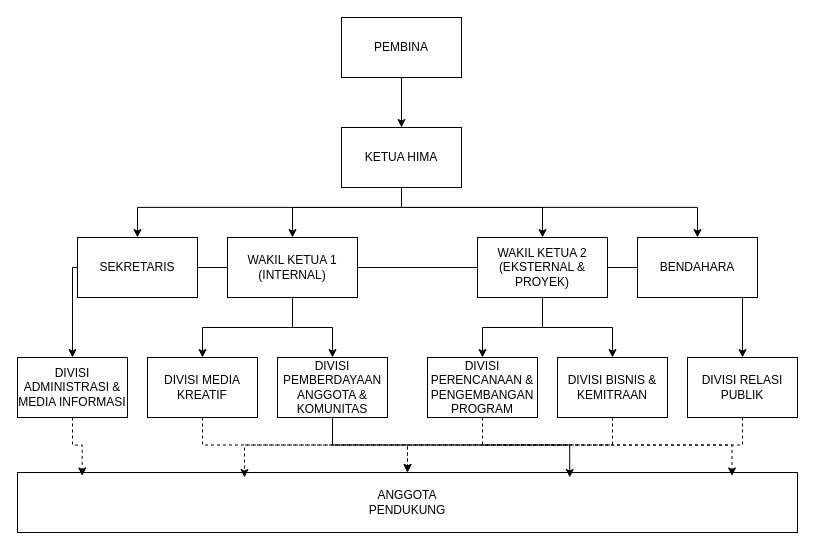
This is page "STRUKTUR ORGANISASI" (3 of 3) of focus-tree.drawio from himsisfo-unsia/masterplan-2026-2027, a draw.io file, before an edit. Source tidied: cells renumbered, new cells numbered last; positions are measured from the earlier drawing's top-left corner, leaving out a move shared by most shapes. Both pictures are drawn from the tidied source at 100%, with x=0, y=0 at pixel (17, 17).
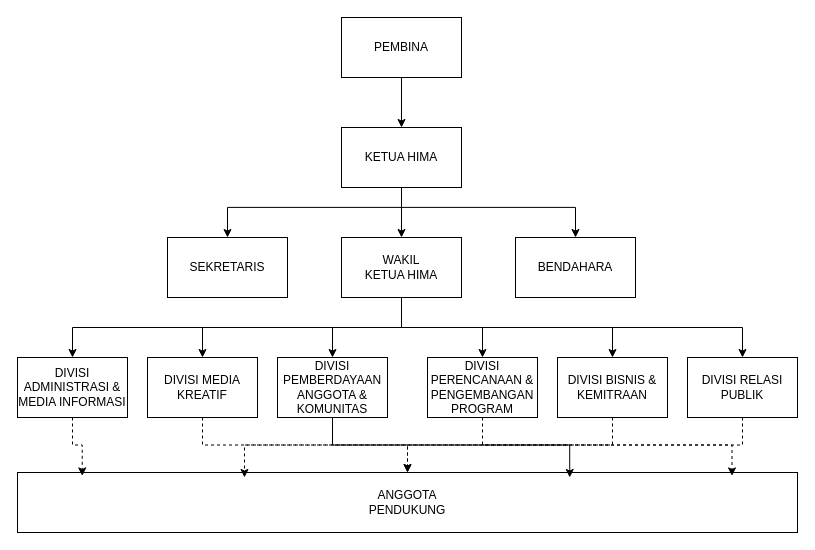
The same page after the edit.

Commit message (it also covers changes not shown here):
refactor(structure): sederhanakan susunan pimpinan menjadi 1 wakil ketua

- Sesuaikan struktur pimpinan menjadi Ketua, 1 Wakil Ketua, Sekretaris, dan Bendahara
- Wakil Ketua tunggal mengoordinasikan seluruh 6 divisi operasional (AMI, MK, P3, PAK, BK, RP)
- Perbarui diagram arsitektur Mermaid di structure-and-role.md
- Perbarui diagram STRUKTUR ORGANISASI pada focus-tree.drawio (hapus Wakil 2, hubungkan 1 Wakil ke 6 divisi)

The change refers to these unchanged cells:
```xml
<mxCell id="5" value="KETUA HIMA" style="rounded=0;whiteSpace=wrap;html=1;" parent="1" vertex="1">
  <mxGeometry x="324" y="110" width="120" height="60" as="geometry" />
</mxCell>
<mxCell id="15" value="DIVISI PERENCANAAN &amp;amp; PENGEMBANGAN PROGRAM" style="rounded=0;whiteSpace=wrap;html=1;" parent="1" vertex="1">
  <mxGeometry x="410" y="340" width="110" height="60" as="geometry" />
</mxCell>
<mxCell id="17" value="DIVISI MEDIA KREATIF" style="rounded=0;whiteSpace=wrap;html=1;" parent="1" vertex="1">
  <mxGeometry x="130" y="340" width="110" height="60" as="geometry" />
</mxCell>
<mxCell id="18" value="DIVISI ADMINISTRASI &amp;amp; MEDIA INFORMASI" style="rounded=0;whiteSpace=wrap;html=1;" parent="1" vertex="1">
  <mxGeometry y="340" width="110" height="60" as="geometry" />
</mxCell>
<mxCell id="19" value="DIVISI PEMBERDAYAAN ANGGOTA &amp;amp; KOMUNITAS" style="rounded=0;whiteSpace=wrap;html=1;" parent="1" vertex="1">
  <mxGeometry x="260" y="340" width="110" height="60" as="geometry" />
</mxCell>
<mxCell id="23" value="DIVISI RELASI PUBLIK" style="rounded=0;whiteSpace=wrap;html=1;" parent="1" vertex="1">
  <mxGeometry x="670" y="340" width="110" height="60" as="geometry" />
</mxCell>
<mxCell id="30" value="DIVISI BISNIS &amp;amp; KEMITRAAN" style="rounded=0;whiteSpace=wrap;html=1;" parent="1" vertex="1">
  <mxGeometry x="540" y="340" width="110" height="60" as="geometry" />
</mxCell>
```

What changed in the source:
```diff
@@
     <mxCell id="2" style="edgeStyle=orthogonalEdgeStyle;rounded=0;jettySize=auto;html=1;entryX=0.5;entryY=0;entryDx=0;entryDy=0;" parent="1" edge="1" source="5" target="13">
       <mxGeometry relative="1" as="geometry">
         <Array as="points">
           <mxPoint x="384" y="189.9" />
-          <mxPoint x="120" y="189.9" />
+          <mxPoint x="210" y="189.9" />
         </Array>
       </mxGeometry>
     </mxCell>
     <mxCell id="3" style="edgeStyle=orthogonalEdgeStyle;rounded=0;jettySize=auto;html=1;" parent="1" edge="1" source="5" target="14">
       <mxGeometry relative="1" as="geometry">
         <Array as="points">
           <mxPoint x="384" y="189.9" />
-          <mxPoint x="680" y="189.9" />
+          <mxPoint x="558" y="189.9" />
         </Array>
       </mxGeometry>
     </mxCell>
     <mxCell id="4" style="edgeStyle=orthogonalEdgeStyle;rounded=0;jettySize=auto;html=1;entryX=0.5;entryY=0;entryDx=0;entryDy=0;" parent="1" edge="1" source="5" target="12">
-      <mxGeometry relative="1" as="geometry">
-        <Array as="points">
-          <mxPoint x="384" y="190" />
-          <mxPoint x="275" y="190" />
-        </Array>
-      </mxGeometry>
+      <mxGeometry relative="1" as="geometry" />
     </mxCell>
@@
     <mxCell id="6" style="edgeStyle=orthogonalEdgeStyle;rounded=0;jettySize=auto;html=1;entryX=0.5;entryY=0;entryDx=0;entryDy=0;" parent="1" edge="1" source="12" target="17">
-      <mxGeometry relative="1" as="geometry" />
+      <mxGeometry relative="1" as="geometry">
+        <Array as="points">
+          <mxPoint x="384" y="310" />
+          <mxPoint x="185" y="310" />
+        </Array>
+      </mxGeometry>
     </mxCell>
-    <mxCell id="7" style="edgeStyle=orthogonalEdgeStyle;rounded=0;jettySize=auto;html=1;entryX=0.5;entryY=0;entryDx=0;entryDy=0;" parent="1" edge="1" source="28" target="23">
-      <mxGeometry relative="1" as="geometry" />
+    <mxCell id="7" style="edgeStyle=orthogonalEdgeStyle;rounded=0;jettySize=auto;html=1;entryX=0.5;entryY=0;entryDx=0;entryDy=0;" parent="1" edge="1" source="12" target="23">
+      <mxGeometry relative="1" as="geometry">
+        <Array as="points">
+          <mxPoint x="384" y="310" />
+          <mxPoint x="725" y="310" />
+        </Array>
+      </mxGeometry>
     </mxCell>
-    <mxCell id="8" style="edgeStyle=orthogonalEdgeStyle;rounded=0;jettySize=auto;html=1;" parent="1" edge="1" source="12" target="18">
-      <mxGeometry relative="1" as="geometry" />
+    <mxCell id="8" style="edgeStyle=orthogonalEdgeStyle;rounded=0;jettySize=auto;html=1;entryX=0.5;entryY=0;entryDx=0;entryDy=0;" parent="1" edge="1" source="12" target="18">
+      <mxGeometry relative="1" as="geometry">
+        <Array as="points">
+          <mxPoint x="384" y="310" />
+          <mxPoint x="55" y="310" />
+        </Array>
+      </mxGeometry>
     </mxCell>
-    <mxCell id="9" style="edgeStyle=orthogonalEdgeStyle;rounded=0;jettySize=auto;html=1;" parent="1" edge="1" source="12" target="19">
-      <mxGeometry relative="1" as="geometry" />
+    <mxCell id="9" style="edgeStyle=orthogonalEdgeStyle;rounded=0;jettySize=auto;html=1;entryX=0.5;entryY=0;entryDx=0;entryDy=0;" parent="1" edge="1" source="12" target="19">
+      <mxGeometry relative="1" as="geometry">
+        <Array as="points">
+          <mxPoint x="384" y="310" />
+          <mxPoint x="315" y="310" />
+        </Array>
+      </mxGeometry>
     </mxCell>
-    <mxCell id="10" style="edgeStyle=orthogonalEdgeStyle;rounded=0;jettySize=auto;html=1;" parent="1" edge="1" source="28" target="15">
-      <mxGeometry relative="1" as="geometry" />
+    <mxCell id="10" style="edgeStyle=orthogonalEdgeStyle;rounded=0;jettySize=auto;html=1;entryX=0.5;entryY=0;entryDx=0;entryDy=0;" parent="1" edge="1" source="12" target="15">
+      <mxGeometry relative="1" as="geometry">
+        <Array as="points">
+          <mxPoint x="384" y="310" />
+          <mxPoint x="465" y="310" />
+        </Array>
+      </mxGeometry>
     </mxCell>
-    <mxCell id="11" style="edgeStyle=orthogonalEdgeStyle;rounded=0;jettySize=auto;html=1;entryX=0;entryY=0.5;entryDx=0;entryDy=0;defaultLabelBackgroundColor=page;endArrow=none;endFill=0;" parent="1" edge="1" source="12" target="28">
-      <mxGeometry relative="1" as="geometry" />
-    </mxCell>
-    <mxCell id="12" value="WAKIL KETUA 1&lt;br&gt;(INTERNAL)" style="rounded=0;whiteSpace=wrap;html=1;" parent="1" vertex="1">
-      <mxGeometry x="210" y="220" width="130" height="60" as="geometry" />
+    <mxCell id="12" value="WAKIL&lt;br&gt;KETUA HIMA" style="rounded=0;whiteSpace=wrap;html=1;" parent="1" vertex="1">
+      <mxGeometry x="324" y="220" width="120" height="60" as="geometry" />
     </mxCell>
     <mxCell id="13" value="SEKRETARIS" style="rounded=0;whiteSpace=wrap;html=1;" parent="1" vertex="1">
-      <mxGeometry x="60" y="220" width="120" height="60" as="geometry" />
+      <mxGeometry x="150" y="220" width="120" height="60" as="geometry" />
     </mxCell>
     <mxCell id="14" value="BENDAHARA" style="rounded=0;whiteSpace=wrap;html=1;" parent="1" vertex="1">
-      <mxGeometry x="620" y="220" width="120" height="60" as="geometry" />
+      <mxGeometry x="498" y="220" width="120" height="60" as="geometry" />
     </mxCell>
@@
-    <mxCell id="28" value="WAKIL KETUA 2&lt;br&gt;(EKSTERNAL &amp;amp; PROYEK)" style="rounded=0;whiteSpace=wrap;html=1;" parent="1" vertex="1">
-      <mxGeometry x="460" y="220" width="130" height="60" as="geometry" />
-    </mxCell>
-    <mxCell id="29" style="edgeStyle=orthogonalEdgeStyle;rounded=0;jettySize=auto;html=1;entryX=0.5;entryY=0;entryDx=0;entryDy=0;" parent="1" edge="1" source="5" target="28">
-      <mxGeometry relative="1" as="geometry">
-        <Array as="points">
-          <mxPoint x="384" y="190" />
-          <mxPoint x="525" y="190" />
-        </Array>
-      </mxGeometry>
-    </mxCell>
@@
-    <mxCell id="31" style="edgeStyle=orthogonalEdgeStyle;rounded=0;jettySize=auto;html=1;entryX=0.5;entryY=0;entryDx=0;entryDy=0;" parent="1" edge="1" source="28" target="30">
-      <mxGeometry relative="1" as="geometry">
-        <Array as="points">
-          <mxPoint x="525" y="310" />
-          <mxPoint x="595" y="310" />
-        </Array>
-      </mxGeometry>
-    </mxCell>
+    <mxCell id="33" style="edgeStyle=orthogonalEdgeStyle;rounded=0;jettySize=auto;html=1;entryX=0.5;entryY=0;entryDx=0;entryDy=0;" parent="1" edge="1" source="12" target="30">
+      <mxGeometry relative="1" as="geometry">
+        <Array as="points">
+          <mxPoint x="384" y="310" />
+          <mxPoint x="595" y="310" />
+        </Array>
+      </mxGeometry>
+    </mxCell>
```
